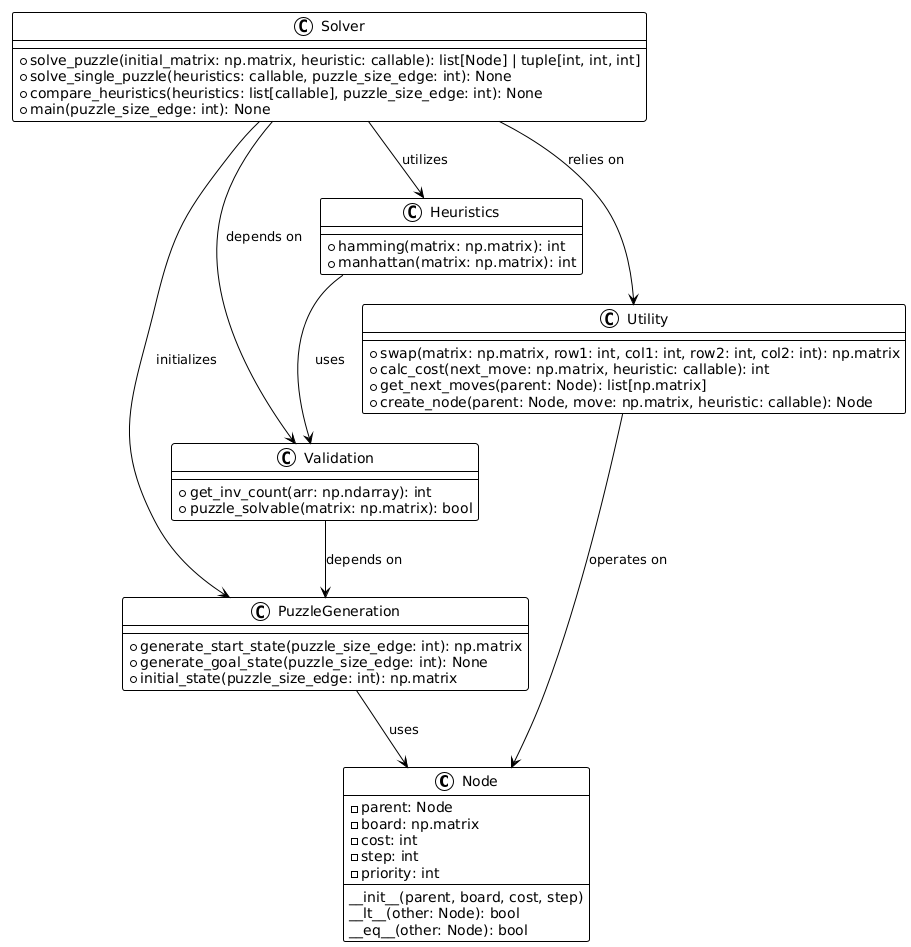
Earlier version of the PlantUML export ai_ue/ex1/_documentation_files/uml.png (Nini3010/AI_Intro).
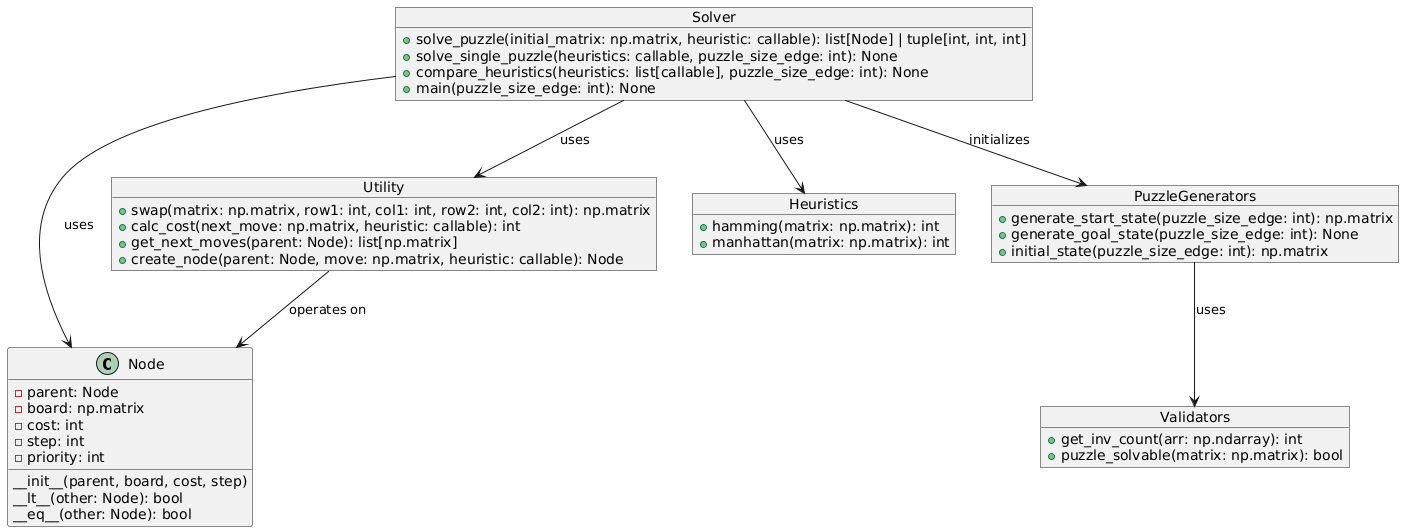
Above is the later version.

The edit, as a diff of the source:
```diff
@@ -1,5 +1,4 @@
 @startuml
-!theme plain
 class Node {
     - parent: Node
     - board: np.matrix
@@ -11,42 +10,42 @@
     __eq__(other: Node): bool
 }
 
-class PuzzleGeneration {
+
+object PuzzleGenerators {
     + generate_start_state(puzzle_size_edge: int): np.matrix
     + generate_goal_state(puzzle_size_edge: int): None
     + initial_state(puzzle_size_edge: int): np.matrix
 }
 
-class Validation {
+object Validators {
     + get_inv_count(arr: np.ndarray): int
     + puzzle_solvable(matrix: np.matrix): bool
 }
 
-class Heuristics {
+object Heuristics {
     + hamming(matrix: np.matrix): int
     + manhattan(matrix: np.matrix): int
 }
 
-class Utility {
+object Utility {
     + swap(matrix: np.matrix, row1: int, col1: int, row2: int, col2: int): np.matrix
     + calc_cost(next_move: np.matrix, heuristic: callable): int
     + get_next_moves(parent: Node): list[np.matrix]
     + create_node(parent: Node, move: np.matrix, heuristic: callable): Node
 }
 
-class Solver {
+object Solver {
     + solve_puzzle(initial_matrix: np.matrix, heuristic: callable): list[Node] | tuple[int, int, int]
     + solve_single_puzzle(heuristics: callable, puzzle_size_edge: int): None
     + compare_heuristics(heuristics: list[callable], puzzle_size_edge: int): None
     + main(puzzle_size_edge: int): None
 }
 
-PuzzleGeneration --> Node : uses
-Validation --> PuzzleGeneration : depends on
-Heuristics --> Validation : uses
+
+Solver --> Node : uses
+PuzzleGenerators--> Validators: uses
 Utility --> Node : operates on
-Solver --> Utility : relies on
-Solver --> Heuristics : utilizes
-Solver --> Validation : depends on
-Solver --> PuzzleGeneration : initializes
+Solver --> Utility : uses
+Solver --> Heuristics : uses
+Solver --> PuzzleGenerators: initializes
 @enduml
```
